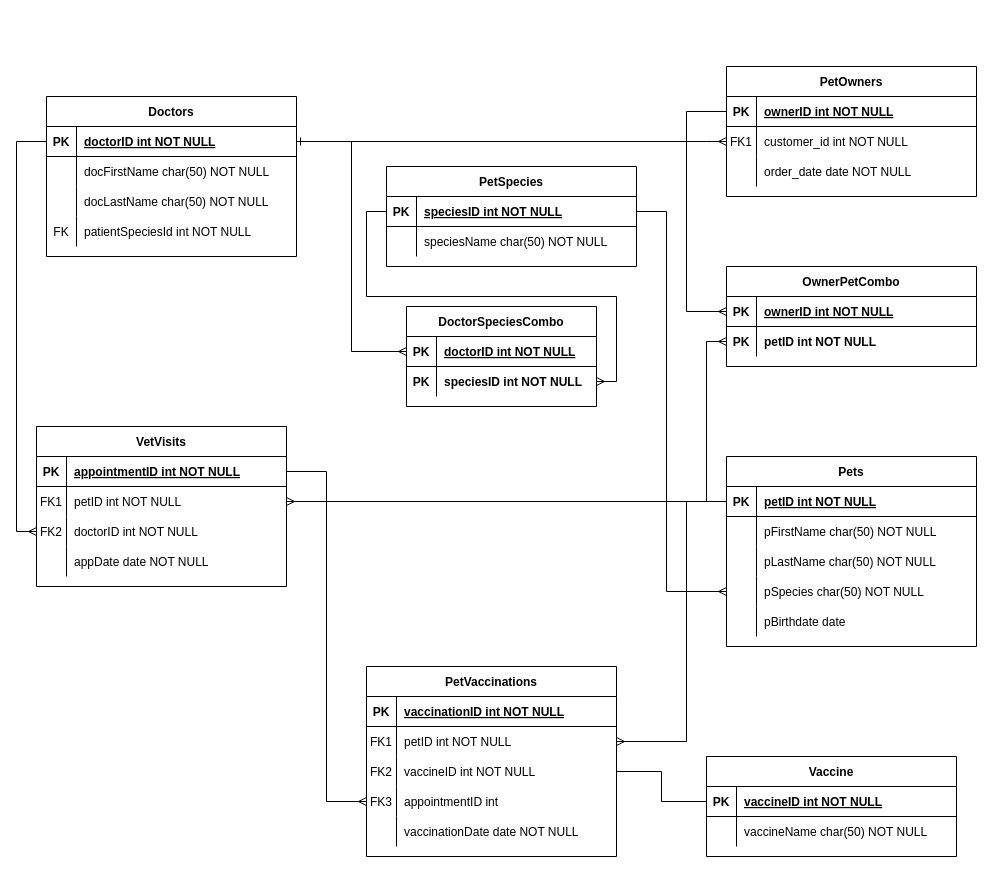
Before: SQL stuff/In-class ERDs/Untitled Diagram.drawio in The-Software-Guild/git---github-B-Rust, a draw.io diagram. Source tidied: cells renumbered, new cells numbered last; positions are measured from the earlier drawing's top-left corner, leaving out a move shared by most shapes. Both pictures are drawn from the tidied source at 100%, with x=0, y=0 at pixel (36, 66).
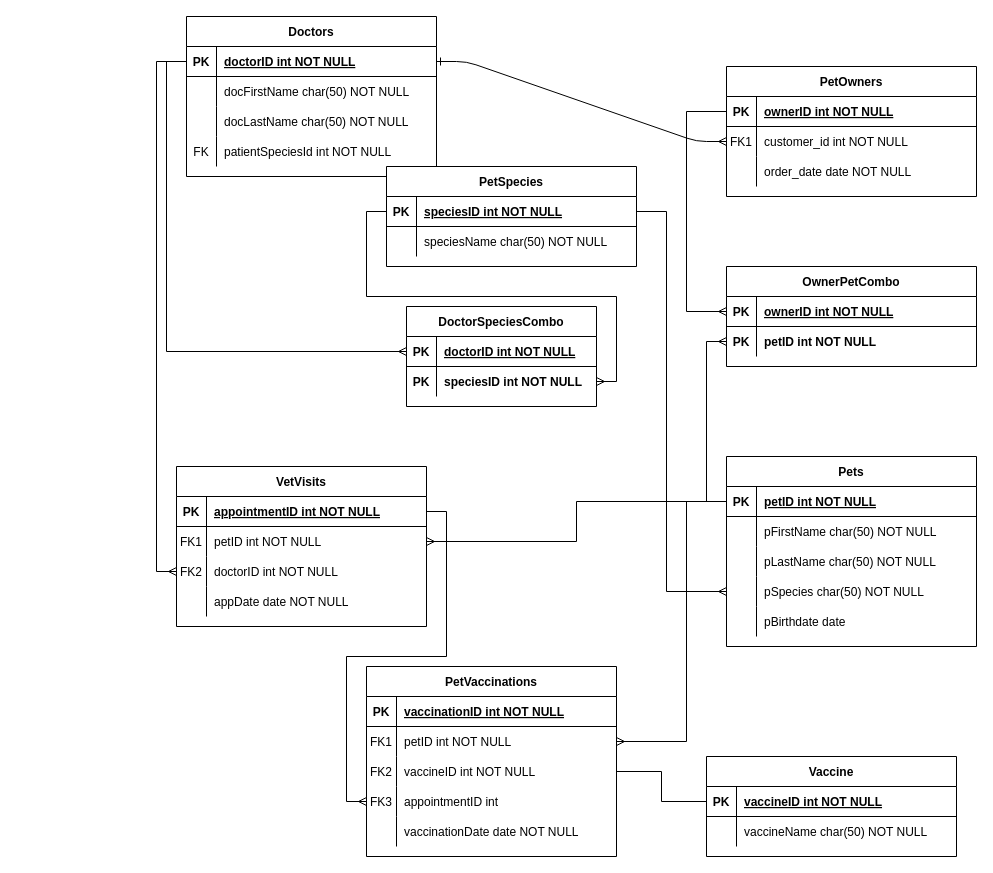
The same diagram, later.

Commit message:
moved pet ERD for printing.drawio

Unchanged cells that the change refers to:
```xml
<mxCell id="30" style="shape=partialRectangle;fillColor=none;points=[[0,0.5],[1,0.5]];portConstraint=eastwest;top=0;left=0;right=0;bottom=1;" parent="29" vertex="1">
  <mxGeometry y="30" width="250" height="30" as="geometry" />
</mxCell>
<mxCell id="95" style="shape=partialRectangle;fillColor=none;points=[[0,0.5],[1,0.5]];portConstraint=eastwest;top=0;left=0;right=0;bottom=1;" parent="94" vertex="1">
  <mxGeometry y="30" width="190" height="30" as="geometry" />
</mxCell>
```

The edit, as a diff of the source:
```diff
@@
     <mxCell id="29" value="Doctors" style="shape=table;startSize=30;childLayout=tableLayout;rowLines=0;fontStyle=1;align=center;" parent="1" vertex="1">
-      <mxGeometry x="10" y="30" width="250" height="160" as="geometry" />
+      <mxGeometry x="150" y="-50" width="250" height="160" as="geometry" />
     </mxCell>
@@
     <mxCell id="49" value="VetVisits" style="shape=table;startSize=30;childLayout=tableLayout;rowLines=0;fontStyle=1;align=center;" parent="1" vertex="1">
-      <mxGeometry y="360" width="250" height="160" as="geometry" />
+      <mxGeometry x="140" y="400" width="250" height="160" as="geometry" />
     </mxCell>
@@
-    <mxCell id="102" style="edgeStyle=orthogonalEdgeStyle;rounded=0;jettySize=auto;html=1;entryX=0;entryY=0.5;entryDx=0;entryDy=0;startArrow=none;startFill=0;endArrow=ERmany;endFill=0;" parent="1" edge="1" source="30" target="95">
-      <mxGeometry relative="1" as="geometry" />
-    </mxCell>
@@
+    <mxCell id="102" style="edgeStyle=orthogonalEdgeStyle;rounded=0;jettySize=auto;html=1;entryX=0;entryY=0.5;entryDx=0;entryDy=0;startArrow=none;startFill=0;endArrow=ERmany;endFill=0;exitX=0;exitY=0.5;exitDx=0;exitDy=0;" parent="1" edge="1" source="30" target="95">
+      <mxGeometry relative="1" as="geometry" />
+    </mxCell>
```
